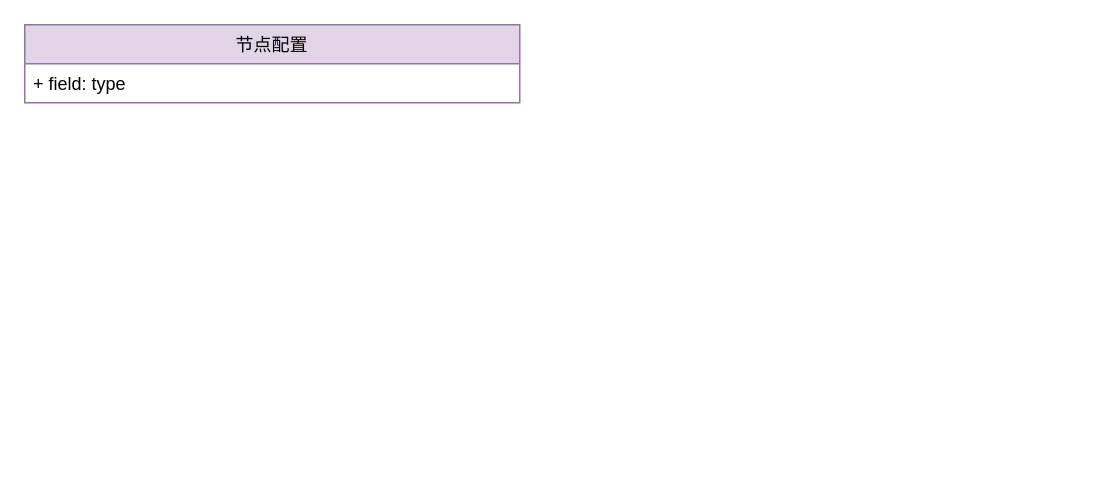
wangsenhehe/resources keeps this draw.io diagram as 火花思维/节点配置类图.drawio. Above is the earlier version. Source tidied: cells renumbered, new cells numbered last; positions are measured from the earlier drawing's top-left corner, leaving out a move shared by most shapes. Both pictures are drawn from the tidied source at 150%, with x=0, y=0 at pixel (24, 24).
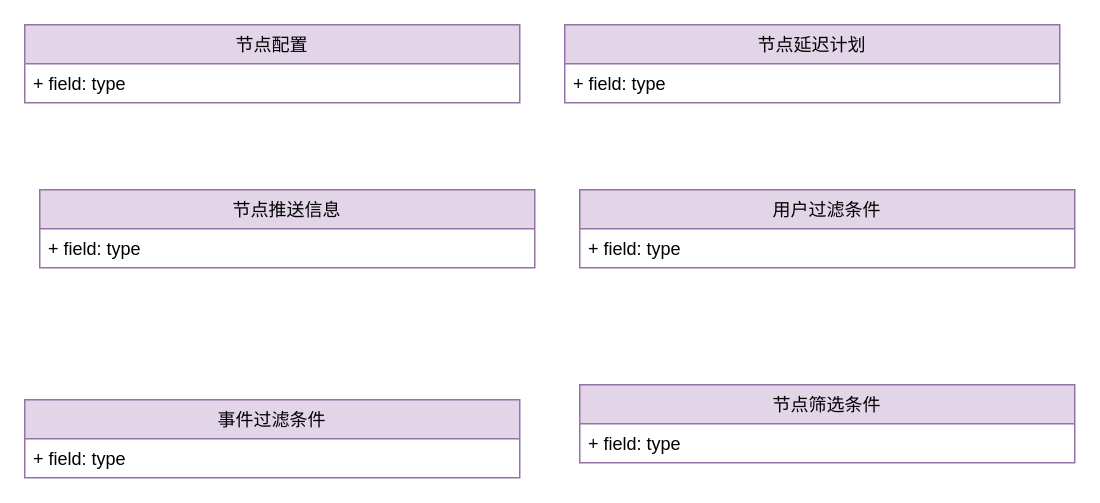
Above is the later version.

Commit message (it also covers changes not shown here):
更新节点配置类图.drawio

What changed in the source:
```diff
@@
 <mxGraphModel background="#ffffff">
   <root>
     <mxCell id="0" />
     <mxCell id="1" parent="0" />
     <mxCell id="2" value="节点配置" style="swimlane;fontStyle=0;horizontal=1;startSize=26;fillColor=#e1d5e7;strokeColor=#9673a6;" parent="1" vertex="1">
       <mxGeometry width="330" height="52" as="geometry" />
     </mxCell>
     <mxCell id="3" value="+ field: type" style="text;strokeColor=none;fillColor=none;align=left;verticalAlign=top;spacingLeft=4;spacingRight=4;overflow=hidden;" parent="2" vertex="1">
       <mxGeometry y="26" width="330" height="26" as="geometry" />
     </mxCell>
+    <mxCell id="4" value="节点延迟计划" style="swimlane;fontStyle=0;horizontal=1;startSize=26;fillColor=#e1d5e7;strokeColor=#9673a6;" parent="1" vertex="1">
+      <mxGeometry x="360" width="330" height="52" as="geometry" />
+    </mxCell>
+    <mxCell id="5" value="+ field: type" style="text;strokeColor=none;fillColor=none;align=left;verticalAlign=top;spacingLeft=4;spacingRight=4;overflow=hidden;" parent="4" vertex="1">
+      <mxGeometry y="26" width="330" height="26" as="geometry" />
+    </mxCell>
+    <mxCell id="6" value="节点推送信息" style="swimlane;fontStyle=0;horizontal=1;startSize=26;fillColor=#e1d5e7;strokeColor=#9673a6;" parent="1" vertex="1">
+      <mxGeometry x="10" y="110" width="330" height="52" as="geometry" />
+    </mxCell>
+    <mxCell id="7" value="+ field: type" style="text;strokeColor=none;fillColor=none;align=left;verticalAlign=top;spacingLeft=4;spacingRight=4;overflow=hidden;" parent="6" vertex="1">
+      <mxGeometry y="26" width="330" height="26" as="geometry" />
+    </mxCell>
+    <mxCell id="8" value="用户过滤条件" style="swimlane;fontStyle=0;horizontal=1;startSize=26;fillColor=#e1d5e7;strokeColor=#9673a6;" parent="1" vertex="1">
+      <mxGeometry x="370" y="110" width="330" height="52" as="geometry" />
+    </mxCell>
+    <mxCell id="9" value="+ field: type" style="text;strokeColor=none;fillColor=none;align=left;verticalAlign=top;spacingLeft=4;spacingRight=4;overflow=hidden;" parent="8" vertex="1">
+      <mxGeometry y="26" width="330" height="26" as="geometry" />
+    </mxCell>
+    <mxCell id="10" value="事件过滤条件" style="swimlane;fontStyle=0;horizontal=1;startSize=26;fillColor=#e1d5e7;strokeColor=#9673a6;" parent="1" vertex="1">
+      <mxGeometry y="250" width="330" height="52" as="geometry" />
+    </mxCell>
+    <mxCell id="11" value="+ field: type" style="text;strokeColor=none;fillColor=none;align=left;verticalAlign=top;spacingLeft=4;spacingRight=4;overflow=hidden;" parent="10" vertex="1">
+      <mxGeometry y="26" width="330" height="26" as="geometry" />
+    </mxCell>
+    <mxCell id="12" value="节点筛选条件" style="swimlane;fontStyle=0;horizontal=1;startSize=26;fillColor=#e1d5e7;strokeColor=#9673a6;" parent="1" vertex="1">
+      <mxGeometry x="370" y="240" width="330" height="52" as="geometry" />
+    </mxCell>
+    <mxCell id="13" value="+ field: type" style="text;strokeColor=none;fillColor=none;align=left;verticalAlign=top;spacingLeft=4;spacingRight=4;overflow=hidden;" parent="12" vertex="1">
+      <mxGeometry y="26" width="330" height="26" as="geometry" />
+    </mxCell>
   </root>
 </mxGraphModel>
```
